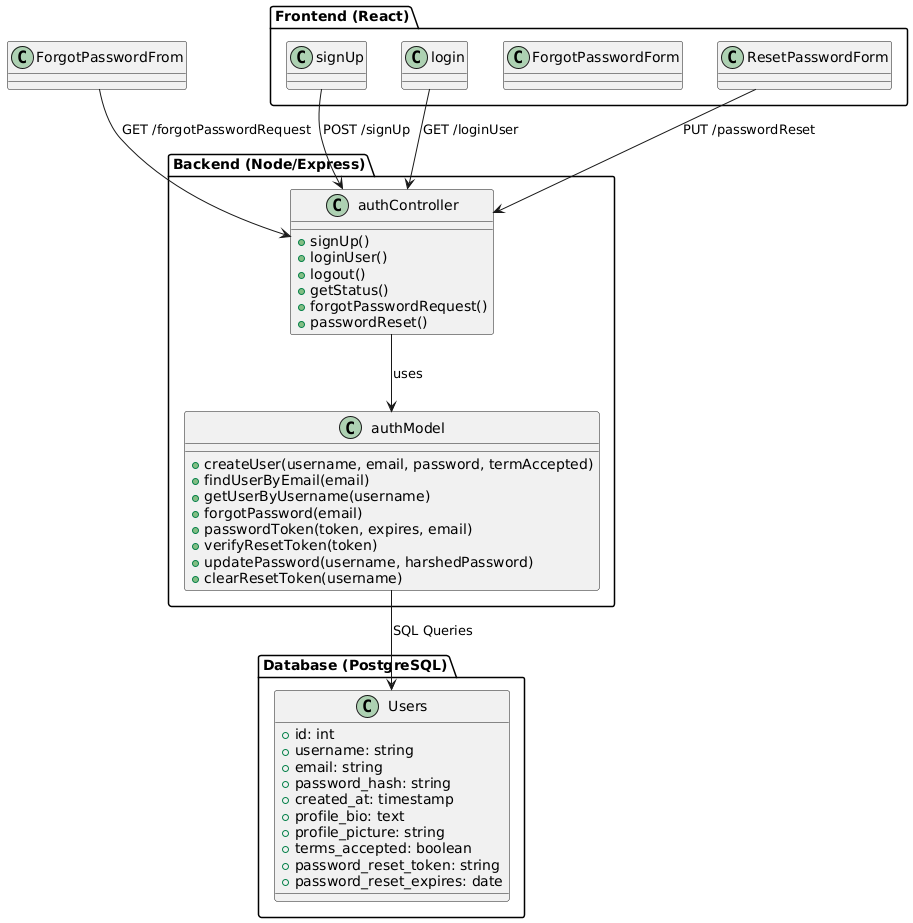
Before: docs/PlantUMLDiagrams1/auth_Classes.png, a diagram exported from PlantUML (millisom/GluGuide).
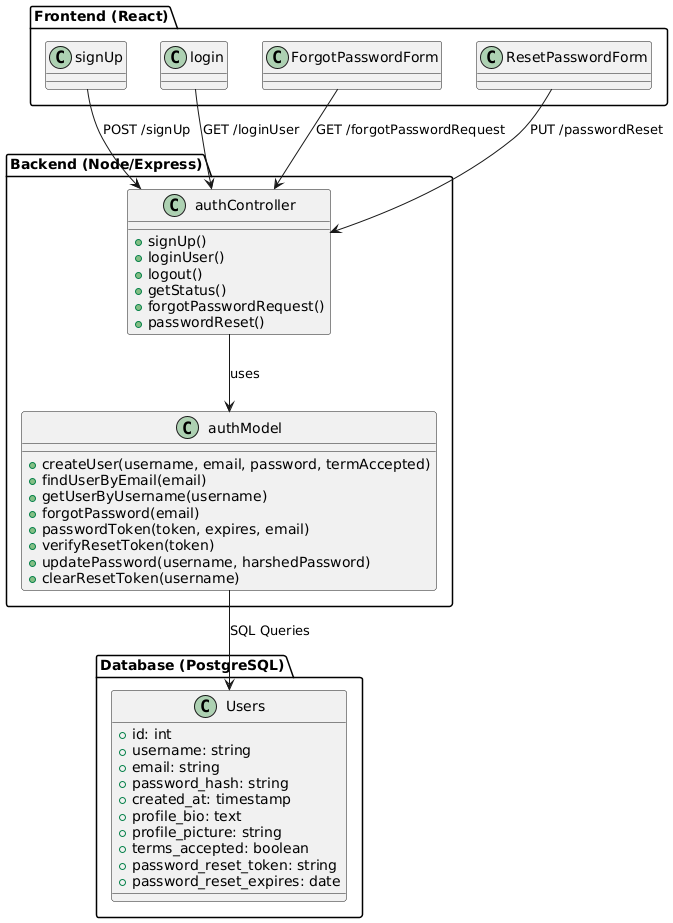
The same diagram one commit later.

Change to the diagram source:
```diff
@@ -46,7 +46,7 @@
 }
 signUp --> authController : "POST /signUp"
 login --> authController : "GET /loginUser"
-ForgotPasswordFrom --> authController : "GET /forgotPasswordRequest"
+ForgotPasswordForm --> authController : "GET /forgotPasswordRequest"
 ResetPasswordForm --> authController :"PUT /passwordReset"
 
 
```
